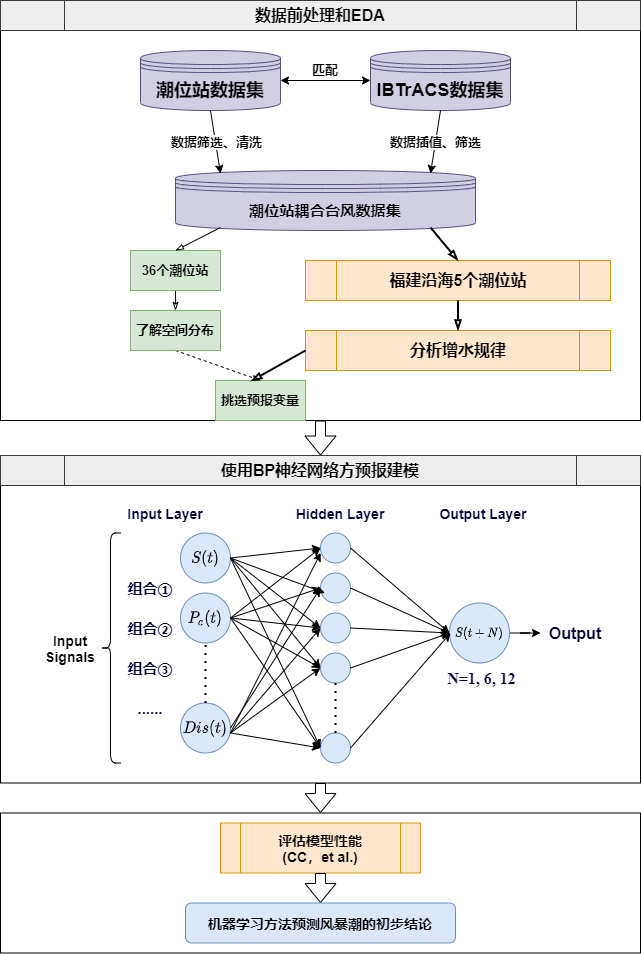
This is 毕业设计.png from Xylitolor/Xylitolee, a draw.io export, as it was before one commit. Source tidied: cells renumbered, new cells last; positions are measured from the earlier drawing's top-left corner, leaving out a move shared by most shapes.
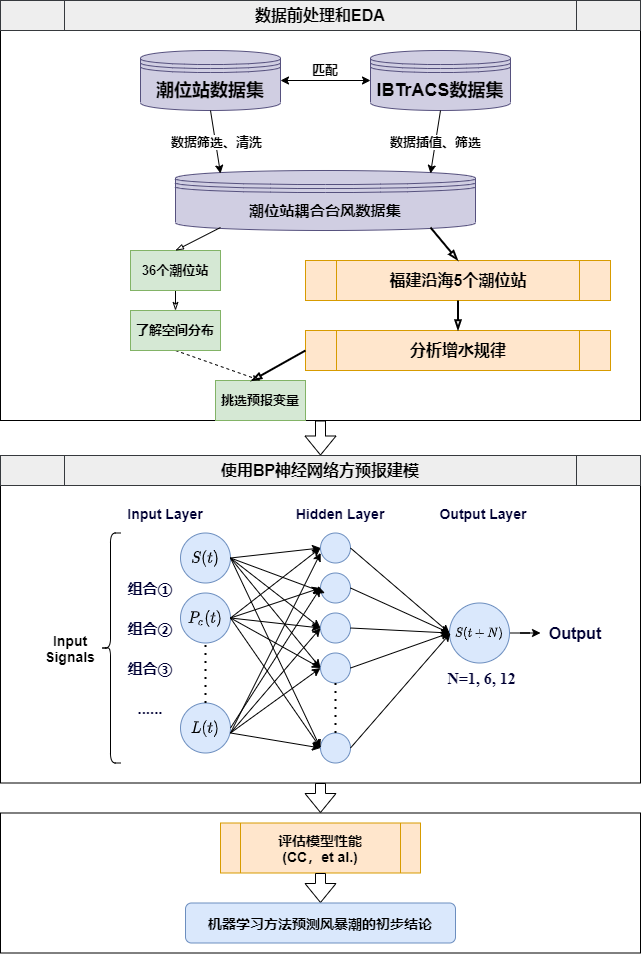
The same diagram one commit later.

Commit message:
更新毕业设计.png

The edit, as a diff of the source:
```diff
@@ -59,7 +59,7 @@
     <mxCell id="20" value="$$P_c(t)$$" style="ellipse;whiteSpace=wrap;html=1;fontFamily=Helvetica;fontSize=13;fillColor=#dae8fc;strokeColor=#6c8ebf;" parent="1" vertex="1">
       <mxGeometry x="180" y="592.5" width="50" height="50" as="geometry" />
     </mxCell>
-    <mxCell id="21" value="$$Dis(t)$$" style="ellipse;whiteSpace=wrap;html=1;fontFamily=Helvetica;fontSize=13;fillColor=#dae8fc;strokeColor=#6c8ebf;" parent="1" vertex="1">
+    <mxCell id="21" value="$$L(t)$$" style="ellipse;whiteSpace=wrap;html=1;fontFamily=Helvetica;fontSize=13;fillColor=#dae8fc;strokeColor=#6c8ebf;" parent="1" vertex="1">
       <mxGeometry x="180" y="702.5" width="50" height="50" as="geometry" />
     </mxCell>
     <mxCell id="22" style="endArrow=none;dashed=1;html=1;dashPattern=1 3;strokeWidth=2;fontFamily=Times New Roman;fontSize=10;fontColor=#808080;entryX=0.5;entryY=1;entryDx=0;entryDy=0;exitX=0.5;exitY=0;exitDx=0;exitDy=0;" parent="1" edge="1" source="21" target="20">
```
